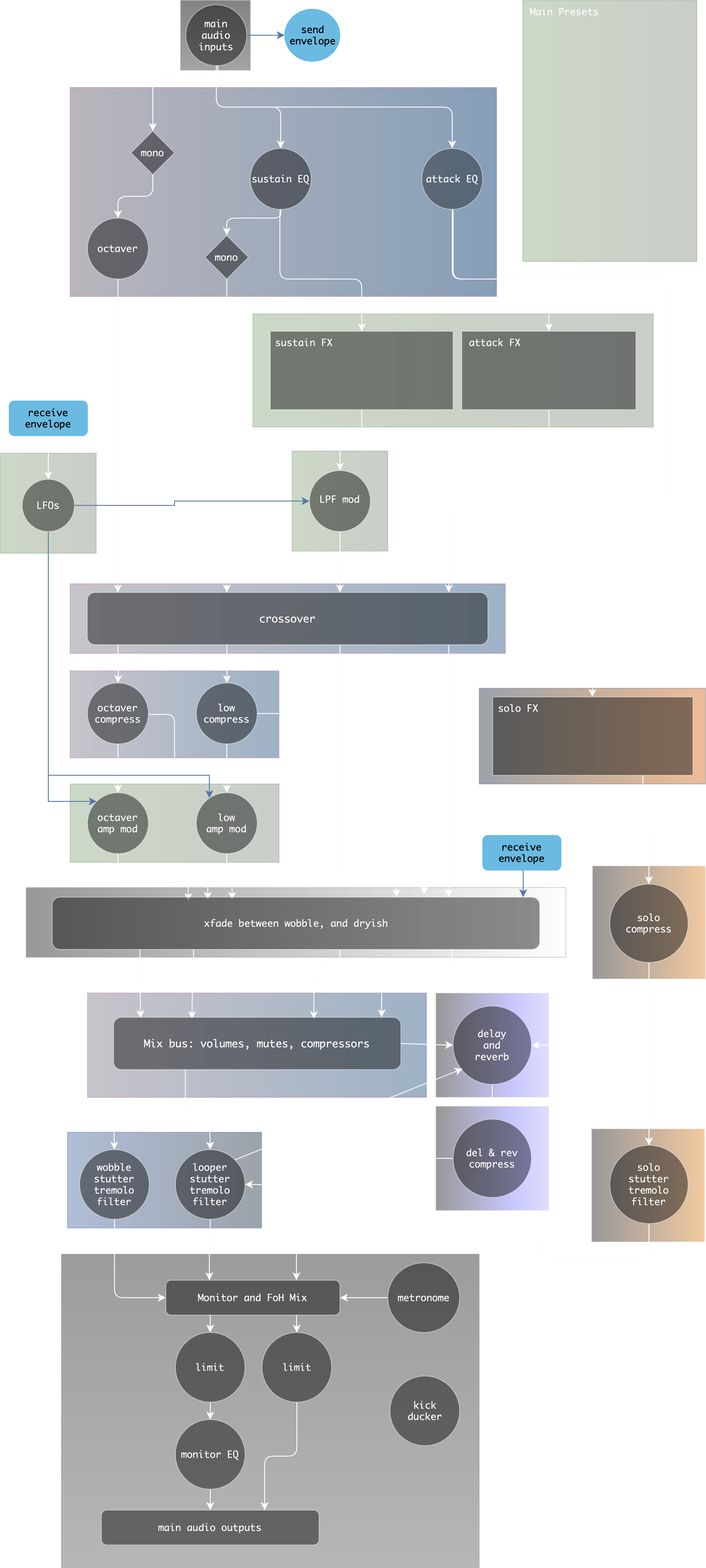
The draw.io diagram SousaFX/media/Sousastep_signalflow.drawio.png in Sousastep/sousastep, before a commit. Source tidied: cells renumbered, new cells last; positions are measured from the earlier drawing's top-left corner, leaving out a move shared by most shapes.
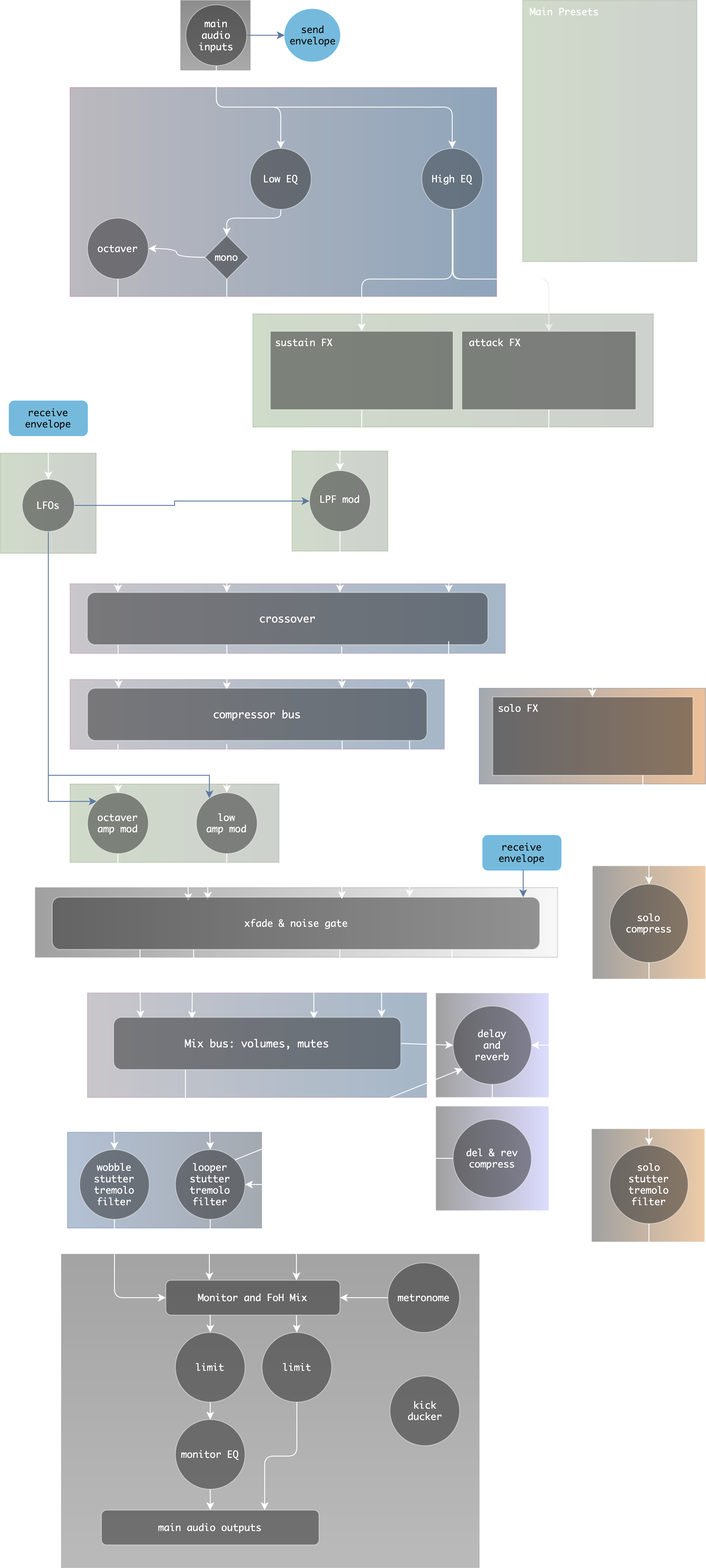
After the change.

Commit message:
polish compressor UI

Change to the diagram source:
```diff
@@ -30,13 +30,13 @@
       <mxGeometry x="100" y="1140" width="389.5" height="120" as="geometry" />
     </mxCell>
     <mxCell id="11" style="rounded=0;whiteSpace=wrap;html=1;fillColor=#99CCFF;strokeColor=#996185;opacity=40;gradientColor=#928B99;gradientDirection=west;" parent="1" vertex="1">
-      <mxGeometry x="80" y="770" width="240" height="100" as="geometry" />
+      <mxGeometry x="80" y="780" width="430" height="80" as="geometry" />
     </mxCell>
     <mxCell id="12" style="rounded=0;whiteSpace=wrap;html=1;fillColor=#3333FF;strokeColor=default;opacity=40;gradientColor=#FFFFFF;gradientDirection=west;" parent="1" vertex="1">
       <mxGeometry x="500" y="1140" width="130" height="120" as="geometry" />
     </mxCell>
     <mxCell id="13" style="rounded=0;whiteSpace=wrap;html=1;opacity=40;gradientDirection=west;fillColor=#000000;fontColor=#333333;strokeColor=#666666;gradientColor=#FFFFFF;" parent="1" vertex="1">
-      <mxGeometry x="29.5" y="1019" width="620" height="80" as="geometry" />
+      <mxGeometry x="40" y="1019" width="600" height="80" as="geometry" />
     </mxCell>
     <mxCell id="14" style="rounded=0;whiteSpace=wrap;html=1;opacity=22;fillColor=#d5e8d4;strokeColor=#82b366;gradientColor=#97d077;gradientDirection=west;" parent="1" vertex="1">
       <mxGeometry x="290" y="360" width="460" height="130" as="geometry" />
@@ -47,15 +47,6 @@
     <mxCell id="16" style="rounded=0;whiteSpace=wrap;html=1;fillColor=#f5f5f5;strokeColor=#666666;opacity=50;gradientColor=#b3b3b3;" parent="1" vertex="1">
       <mxGeometry x="207" width="80" height="80" as="geometry" />
     </mxCell>
-    <mxCell id="17" style="edgeStyle=orthogonalEdgeStyle;rounded=1;jettySize=auto;html=1;exitX=0.5;exitY=1;exitDx=0;exitDy=0;" parent="1" edge="1" source="21" target="35">
-      <mxGeometry relative="1" as="geometry">
-        <Array as="points">
-          <mxPoint x="250" y="75" />
-          <mxPoint x="250" y="90" />
-          <mxPoint x="175" y="90" />
-        </Array>
-      </mxGeometry>
-    </mxCell>
     <mxCell id="18" style="edgeStyle=orthogonalEdgeStyle;rounded=0;jettySize=auto;html=1;exitX=1;exitY=0.5;exitDx=0;exitDy=0;fillColor=#dae8fc;strokeColor=#6c8ebf;" parent="1" edge="1" source="21" target="22">
       <mxGeometry relative="1" as="geometry" />
     </mxCell>
@@ -87,16 +78,7 @@
         </Array>
       </mxGeometry>
     </mxCell>
-    <mxCell id="26" style="edgeStyle=orthogonalEdgeStyle;jettySize=auto;html=1;exitX=0.5;exitY=1;exitDx=0;exitDy=0;entryX=0.5;entryY=0;entryDx=0;entryDy=0;rounded=1;" parent="1" edge="1" source="27" target="37">
-      <mxGeometry relative="1" as="geometry">
-        <Array as="points">
-          <mxPoint x="321" y="240" />
-          <mxPoint x="321" y="320" />
-          <mxPoint x="415" y="320" />
-        </Array>
-      </mxGeometry>
-    </mxCell>
-    <mxCell id="27" value="sustain EQ" style="ellipse;whiteSpace=wrap;html=1;opacity=44;fontFamily=Monaco;fontSize=11;" parent="1" vertex="1">
+    <mxCell id="27" value="Low EQ" style="ellipse;whiteSpace=wrap;html=1;opacity=44;fontFamily=Monaco;fontSize=11;" parent="1" vertex="1">
       <mxGeometry x="287" y="170" width="70" height="70" as="geometry" />
     </mxCell>
     <mxCell id="28" style="edgeStyle=orthogonalEdgeStyle;rounded=1;jettySize=auto;html=1;exitX=0.5;exitY=1;exitDx=0;exitDy=0;strokeColor=#000000;" parent="1" edge="1" source="29" target="31">
@@ -107,7 +89,15 @@
         </Array>
       </mxGeometry>
     </mxCell>
+    <mxCell id="107" style="edgeStyle=orthogonalEdgeStyle;rounded=1;jettySize=auto;html=1;exitX=0.5;exitY=1;exitDx=0;exitDy=0;entryX=0.5;entryY=0;entryDx=0;entryDy=0;curved=0;" parent="1" edge="1" source="29" target="37">
+      <mxGeometry relative="1" as="geometry">
+        <Array as="points">
+          <mxPoint x="519" y="320" />
+          <mxPoint x="415" y="320" />
+        </Array>
+      </mxGeometry>
+    </mxCell>
-    <mxCell id="29" value="attack EQ" style="ellipse;whiteSpace=wrap;html=1;opacity=44;fillOpacity=80;fontFamily=Monaco;fontSize=11;" parent="1" vertex="1">
+    <mxCell id="29" value="High EQ" style="ellipse;whiteSpace=wrap;html=1;opacity=44;fillOpacity=80;fontFamily=Monaco;fontSize=11;" parent="1" vertex="1">
       <mxGeometry x="484" y="170" width="70" height="70" as="geometry" />
     </mxCell>
     <mxCell id="30" style="edgeStyle=orthogonalEdgeStyle;rounded=1;jettySize=auto;html=1;exitX=0.5;exitY=1;exitDx=0;exitDy=0;" parent="1" edge="1" source="31">
@@ -123,15 +113,12 @@
         <mxPoint x="260" y="680" as="targetPoint" />
       </mxGeometry>
     </mxCell>
+    <mxCell id="108" style="edgeStyle=orthogonalEdgeStyle;rounded=0;jettySize=auto;html=1;exitX=0;exitY=0.5;exitDx=0;exitDy=0;entryX=1;entryY=0.5;entryDx=0;entryDy=0;curved=1;" parent="1" edge="1" source="33" target="24">
+      <mxGeometry relative="1" as="geometry" />
+    </mxCell>
     <mxCell id="33" value="mono" style="rhombus;whiteSpace=wrap;html=1;opacity=44;fontFamily=Monaco;fontSize=11;" parent="1" vertex="1">
       <mxGeometry x="235" y="270" width="50" height="50" as="geometry" />
     </mxCell>
-    <mxCell id="34" style="edgeStyle=orthogonalEdgeStyle;rounded=1;jettySize=auto;html=1;exitX=0.5;exitY=1;exitDx=0;exitDy=0;" parent="1" edge="1" source="35" target="24">
-      <mxGeometry relative="1" as="geometry" />
-    </mxCell>
-    <mxCell id="35" value="mono" style="rhombus;whiteSpace=wrap;html=1;opacity=44;fontFamily=Monaco;fontSize=11;" parent="1" vertex="1">
-      <mxGeometry x="150" y="150" width="50" height="50" as="geometry" />
-    </mxCell>
     <mxCell id="36" style="edgeStyle=orthogonalEdgeStyle;rounded=1;jettySize=auto;html=1;exitX=0.5;exitY=1;exitDx=0;exitDy=0;" parent="1" edge="1" source="37" target="39">
       <mxGeometry relative="1" as="geometry" />
     </mxCell>
@@ -146,59 +133,26 @@
     <mxCell id="39" value="LPF mod" style="ellipse;whiteSpace=wrap;html=1;shadow=0;fontFamily=Monaco;fontSize=11;align=center;strokeWidth=1;spacing=6;spacingTop=-4;opacity=44;" parent="1" vertex="1">
       <mxGeometry x="355" y="540" width="70" height="70" as="geometry" />
     </mxCell>
-    <mxCell id="40" style="edgeStyle=orthogonalEdgeStyle;rounded=0;jettySize=auto;html=1;exitX=0.5;exitY=1;exitDx=0;exitDy=0;" parent="1" edge="1" target="49">
+    <mxCell id="40" style="edgeStyle=orthogonalEdgeStyle;rounded=0;jettySize=auto;html=1;exitX=0.5;exitY=1;exitDx=0;exitDy=0;entryX=0.41;entryY=0.033;entryDx=0;entryDy=0;entryPerimeter=0;" parent="1" edge="1" target="110">
       <mxGeometry relative="1" as="geometry">
         <mxPoint x="260" y="740" as="sourcePoint" />
       </mxGeometry>
     </mxCell>
-    <mxCell id="41" style="edgeStyle=orthogonalEdgeStyle;rounded=0;jettySize=auto;html=1;exitX=0.5;exitY=1;exitDx=0;exitDy=0;" parent="1" edge="1" target="46">
+    <mxCell id="41" style="edgeStyle=orthogonalEdgeStyle;rounded=0;jettySize=auto;html=1;exitX=0.5;exitY=1;exitDx=0;exitDy=0;entryX=0.092;entryY=0;entryDx=0;entryDy=0;entryPerimeter=0;" parent="1" edge="1" target="110">
       <mxGeometry relative="1" as="geometry">
         <mxPoint x="135" y="740" as="sourcePoint" />
       </mxGeometry>
     </mxCell>
-    <mxCell id="42" style="edgeStyle=orthogonalEdgeStyle;rounded=0;jettySize=auto;html=1;exitX=0.5;exitY=1;exitDx=0;exitDy=0;" parent="1" edge="1" target="74">
-      <mxGeometry relative="1" as="geometry">
-        <mxPoint x="515" y="740" as="sourcePoint" />
-        <Array as="points">
-          <mxPoint x="515" y="970" />
-          <mxPoint x="515" y="970" />
-        </Array>
-      </mxGeometry>
-    </mxCell>
-    <mxCell id="43" style="edgeStyle=orthogonalEdgeStyle;rounded=1;jettySize=auto;html=1;exitX=0.5;exitY=1;exitDx=0;exitDy=0;entryX=0.369;entryY=0.05;entryDx=0;entryDy=0;entryPerimeter=0;" parent="1" edge="1" target="74">
-      <mxGeometry relative="1" as="geometry">
-        <mxPoint x="390" y="740" as="sourcePoint" />
-        <Array as="points">
-          <mxPoint x="390" y="1010" />
-          <mxPoint x="266" y="1010" />
-        </Array>
-      </mxGeometry>
-    </mxCell>
-    <mxCell id="44" style="edgeStyle=orthogonalEdgeStyle;rounded=0;jettySize=auto;html=1;exitX=0.5;exitY=1;exitDx=0;exitDy=0;entryX=0.5;entryY=0;entryDx=0;entryDy=0;" parent="1" edge="1" source="46" target="51">
-      <mxGeometry relative="1" as="geometry" />
+    <mxCell id="44" style="edgeStyle=orthogonalEdgeStyle;rounded=0;jettySize=auto;html=1;exitX=0.5;exitY=1;exitDx=0;exitDy=0;entryX=0.5;entryY=0;entryDx=0;entryDy=0;" parent="1" edge="1" target="51">
+      <mxGeometry relative="1" as="geometry">
+        <mxPoint x="135" y="854" as="sourcePoint" />
+      </mxGeometry>
     </mxCell>
-    <mxCell id="45" style="edgeStyle=orthogonalEdgeStyle;rounded=1;jettySize=auto;html=1;exitX=1;exitY=0.5;exitDx=0;exitDy=0;" parent="1" edge="1" target="74">
-      <mxGeometry relative="1" as="geometry">
-        <mxPoint x="170" y="820" as="sourcePoint" />
-        <Array as="points">
-          <mxPoint x="200" y="820" />
-          <mxPoint x="200" y="880" />
-          <mxPoint x="455" y="880" />
-        </Array>
-      </mxGeometry>
-    </mxCell>
-    <mxCell id="46" value="&lt;div&gt;octaver&lt;/div&gt;&lt;div&gt;compress&lt;/div&gt;" style="ellipse;whiteSpace=wrap;html=1;opacity=44;fontFamily=Monaco;fontSize=11;" parent="1" vertex="1">
-      <mxGeometry x="100" y="784" width="70" height="70" as="geometry" />
-    </mxCell>
-    <mxCell id="47" style="edgeStyle=orthogonalEdgeStyle;rounded=0;jettySize=auto;html=1;exitX=0.5;exitY=1;exitDx=0;exitDy=0;" parent="1" edge="1" source="49" target="67">
-      <mxGeometry relative="1" as="geometry" />
+    <mxCell id="47" style="edgeStyle=orthogonalEdgeStyle;rounded=0;jettySize=auto;html=1;exitX=0.5;exitY=1;exitDx=0;exitDy=0;" parent="1" edge="1" target="67">
+      <mxGeometry relative="1" as="geometry">
+        <mxPoint x="260" y="854" as="sourcePoint" />
+      </mxGeometry>
     </mxCell>
-    <mxCell id="48" style="edgeStyle=orthogonalEdgeStyle;rounded=1;jettySize=auto;html=1;exitX=1;exitY=0.5;exitDx=0;exitDy=0;entryX=0.763;entryY=-0.05;entryDx=0;entryDy=0;entryPerimeter=0;" parent="1" edge="1" source="49" target="74">
-      <mxGeometry relative="1" as="geometry" />
-    </mxCell>
-    <mxCell id="49" value="&lt;div&gt;low&lt;/div&gt;&lt;div&gt;compress&lt;/div&gt;" style="ellipse;whiteSpace=wrap;html=1;opacity=44;fontFamily=Monaco;fontSize=11;" parent="1" vertex="1">
-      <mxGeometry x="225" y="784" width="70" height="70" as="geometry" />
-    </mxCell>
     <mxCell id="50" style="edgeStyle=orthogonalEdgeStyle;rounded=1;jettySize=auto;html=1;exitX=0.5;exitY=1;exitDx=0;exitDy=0;entryX=0.279;entryY=0.075;entryDx=0;entryDy=0;entryPerimeter=0;" parent="1" edge="1" source="51" target="74">
       <mxGeometry relative="1" as="geometry">
         <Array as="points">
@@ -309,7 +263,7 @@
         <mxPoint x="220" y="1170" as="targetPoint" />
       </mxGeometry>
     </mxCell>
-    <mxCell id="74" value="xfade between wobble, and dryish" style="rounded=1;whiteSpace=wrap;html=1;fontSize=11;glass=0;strokeWidth=1;shadow=0;opacity=44;fontFamily=Monaco;points=[[0,0,0,0,0],[0,0.25,0,0,0],[0,0.5,0,0,0],[0,0.75,0,0,0],[0,1,0,0,0],[0.06,1,0,0,0],[0.12,1,0,0,0],[0.18,1,0,0,0],[0.24,1,0,0,0],[0.25,0,0,0,0],[0.29,1,0,0,0],[0.35,1,0,0,0],[0.41,1,0,0,0],[0.47,1,0,0,0],[0.5,0,0,0,0],[0.53,1,0,0,0],[0.59,1,0,0,0],[0.65,1,0,0,0],[0.71,1,0,0,0],[0.75,0,0,0,0],[0.76,1,0,0,0],[0.82,1,0,0,0],[0.88,1,0,0,0],[0.94,1,0,0,0],[1,0,0,0,0],[1,0.25,0,0,0],[1,0.5,0,0,0],[1,0.75,0,0,0],[1,1,0,0,0]];" parent="1" vertex="1">
+    <mxCell id="74" value="xfade &amp;amp; noise gate" style="rounded=1;whiteSpace=wrap;html=1;fontSize=11;glass=0;strokeWidth=1;shadow=0;opacity=44;fontFamily=Monaco;points=[[0,0,0,0,0],[0,0.25,0,0,0],[0,0.5,0,0,0],[0,0.75,0,0,0],[0,1,0,0,0],[0.06,1,0,0,0],[0.12,1,0,0,0],[0.18,1,0,0,0],[0.24,1,0,0,0],[0.25,0,0,0,0],[0.29,1,0,0,0],[0.35,1,0,0,0],[0.41,1,0,0,0],[0.47,1,0,0,0],[0.5,0,0,0,0],[0.53,1,0,0,0],[0.59,1,0,0,0],[0.65,1,0,0,0],[0.71,1,0,0,0],[0.75,0,0,0,0],[0.76,1,0,0,0],[0.82,1,0,0,0],[0.88,1,0,0,0],[0.94,1,0,0,0],[1,0,0,0,0],[1,0.25,0,0,0],[1,0.5,0,0,0],[1,0.75,0,0,0],[1,1,0,0,0]];" parent="1" vertex="1">
       <mxGeometry x="59.5" y="1030" width="560" height="60" as="geometry" />
     </mxCell>
     <mxCell id="75" style="edgeStyle=orthogonalEdgeStyle;rounded=0;jettySize=auto;html=1;exitX=0.5;exitY=1;exitDx=0;exitDy=0;fillColor=#dae8fc;strokeColor=#6c8ebf;" parent="1" edge="1" source="76" target="74">
@@ -351,9 +305,12 @@
     <mxCell id="82" style="rounded=0;jettySize=auto;html=1;exitX=1;exitY=0.5;exitDx=0;exitDy=0;entryX=0;entryY=0.5;entryDx=0;entryDy=0;" parent="1" edge="1" source="83" target="55">
       <mxGeometry relative="1" as="geometry" />
     </mxCell>
-    <mxCell id="83" value="Mix bus: volumes, mutes, compressors" style="rounded=1;whiteSpace=wrap;html=1;fontFamily=Monaco;opacity=44;" parent="1" vertex="1">
+    <mxCell id="83" value="Mix bus: volumes, mutes" style="rounded=1;whiteSpace=wrap;html=1;fontFamily=Monaco;opacity=44;" parent="1" vertex="1">
       <mxGeometry x="130" y="1168" width="330" height="60" as="geometry" />
     </mxCell>
+    <mxCell id="109" style="edgeStyle=orthogonalEdgeStyle;rounded=0;jettySize=auto;html=1;exitX=0.635;exitY=1.033;exitDx=0;exitDy=0;entryX=0.75;entryY=0;entryDx=0;entryDy=0;exitPerimeter=0;" parent="1" edge="1" source="84" target="110">
+      <mxGeometry relative="1" as="geometry" />
+    </mxCell>
     <mxCell id="84" value="crossover" style="rounded=1;whiteSpace=wrap;html=1;fontFamily=Monaco;opacity=44;" parent="1" vertex="1">
       <mxGeometry x="99.8" y="680" width="460.2" height="60" as="geometry" />
     </mxCell>
@@ -439,5 +396,24 @@
     <mxCell id="106" style="rounded=1;jettySize=auto;html=1;exitX=1;exitY=0;exitDx=0;exitDy=0;entryX=0.122;entryY=0.8;entryDx=0;entryDy=0;entryPerimeter=0;" parent="1" edge="1" source="86" target="55">
       <mxGeometry relative="1" as="geometry" />
     </mxCell>
+    <mxCell id="110" value="compressor bus" style="rounded=1;whiteSpace=wrap;html=1;fontFamily=Monaco;opacity=44;" parent="1" vertex="1">
+      <mxGeometry x="100" y="790" width="390" height="60" as="geometry" />
+    </mxCell>
+    <mxCell id="111" style="edgeStyle=orthogonalEdgeStyle;rounded=1;jettySize=auto;html=1;exitX=0.902;exitY=0.933;exitDx=0;exitDy=0;entryX=0.951;entryY=0.017;entryDx=0;entryDy=0;entryPerimeter=0;exitPerimeter=0;curved=0;" parent="1" edge="1" source="84" target="110">
+      <mxGeometry relative="1" as="geometry">
+        <Array as="points">
+          <mxPoint x="515" y="760" />
+          <mxPoint x="471" y="760" />
+        </Array>
+      </mxGeometry>
+    </mxCell>
+    <mxCell id="112" style="edgeStyle=orthogonalEdgeStyle;rounded=0;jettySize=auto;html=1;exitX=0.75;exitY=1;exitDx=0;exitDy=0;entryX=0.594;entryY=0.033;entryDx=0;entryDy=0;entryPerimeter=0;" parent="1" edge="1" source="110" target="74">
+      <mxGeometry relative="1" as="geometry" />
+    </mxCell>
+    <mxCell id="113" style="edgeStyle=orthogonalEdgeStyle;rounded=0;jettySize=auto;html=1;entryX=0.733;entryY=0;entryDx=0;entryDy=0;entryPerimeter=0;" parent="1" edge="1" target="74">
+      <mxGeometry relative="1" as="geometry">
+        <mxPoint x="470" y="850" as="sourcePoint" />
+      </mxGeometry>
+    </mxCell>
   </root>
 </mxGraphModel>
```
